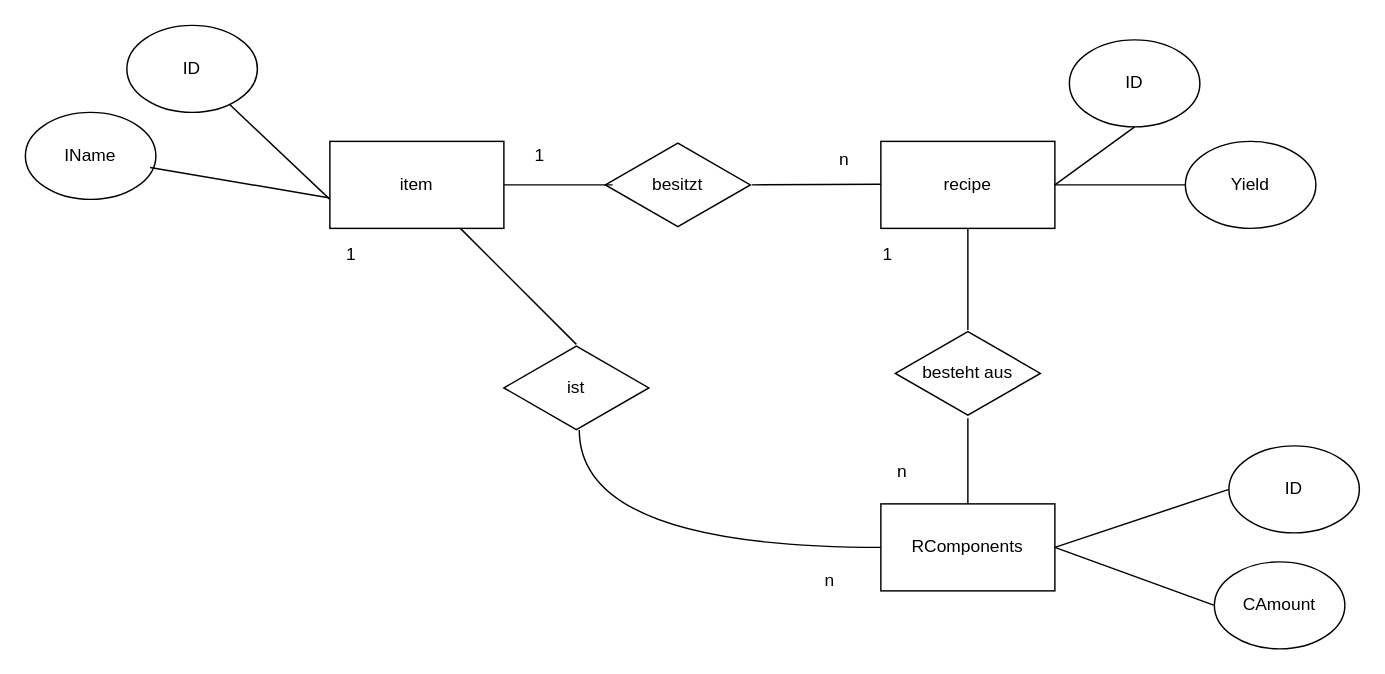
Before: erdiabaunleitungshelfer.drawio in schattnkatz98/Team-Projekt-Michael-u-Julian, a draw.io diagram. Source tidied: cells renumbered, new cells numbered last; positions are measured from the earlier drawing's top-left corner, leaving out a move shared by most shapes. Both pictures are drawn from the tidied source at 145%, with x=0, y=0 at pixel (25, 25).
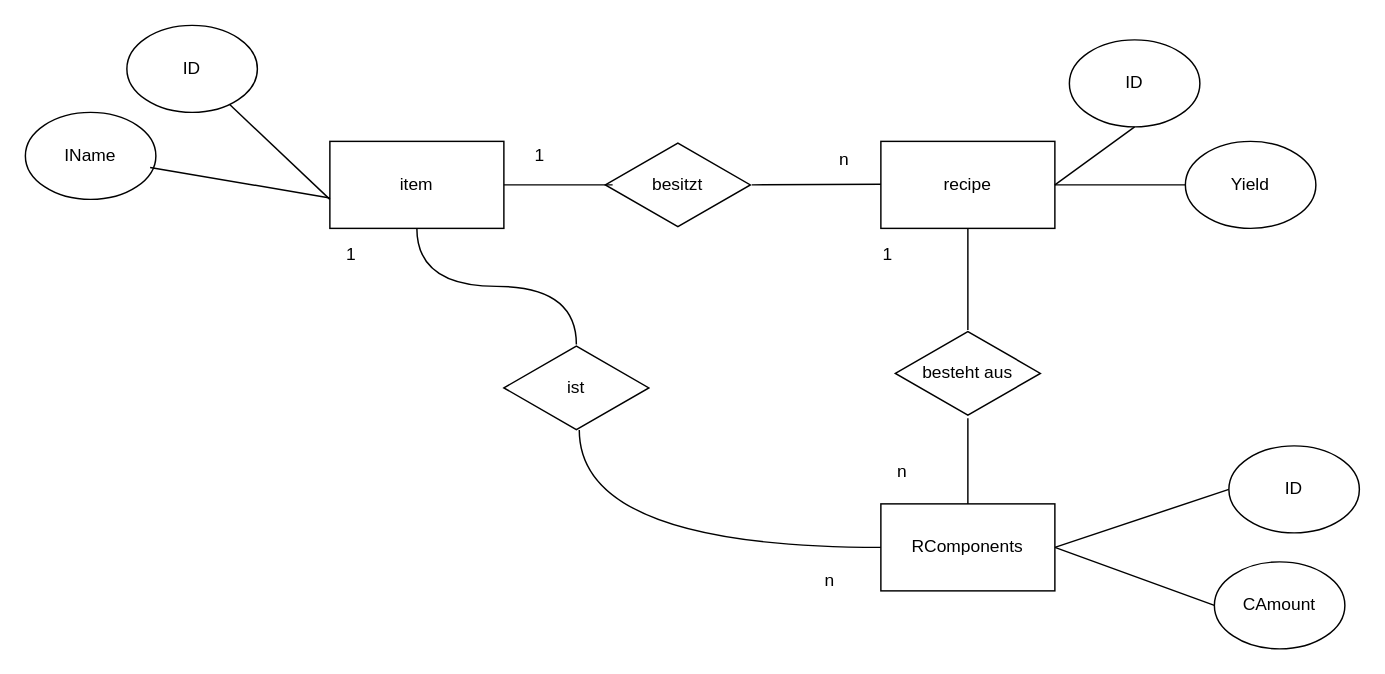
The same page after the edit.

Unchanged cells that the change refers to:
```xml
<mxCell id="2" value="item" style="rounded=0;whiteSpace=wrap;html=1;" parent="1" vertex="1">
  <mxGeometry x="210" y="80" width="120" height="60" as="geometry" />
</mxCell>
<mxCell id="25" value="ist" style="html=1;whiteSpace=wrap;shape=isoRectangle;rotation=0;" parent="1" vertex="1">
  <mxGeometry x="330" y="220" width="100" height="60" as="geometry" />
</mxCell>
```

What changed in the source:
```diff
@@
-    <mxCell id="31" style="rounded=0;jettySize=auto;html=1;entryX=0.5;entryY=0;entryDx=0;entryDy=0;entryPerimeter=0;endArrow=none;endFill=0;" parent="1" edge="1" source="2" target="25">
+    <mxCell id="31" style="rounded=0;jettySize=auto;html=1;entryX=0.5;entryY=0;entryDx=0;entryDy=0;entryPerimeter=0;endArrow=none;endFill=0;edgeStyle=orthogonalEdgeStyle;curved=1;" parent="1" edge="1" source="2" target="25">
       <mxGeometry relative="1" as="geometry" />
     </mxCell>
```
